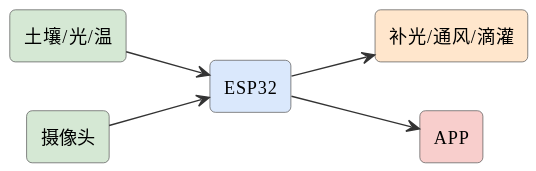
The PlantUML diagram assets/diagrams/ideas-fig30.svg in mingyi0818/IntelligentMcuCourse, before a commit.
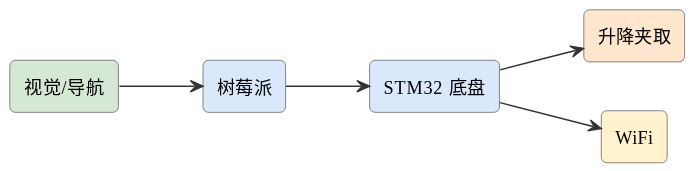
The same file after the commit.

Diff of the diagram source:
```diff
@@ -6,13 +6,13 @@
 skinparam arrowFontSize 11
 skinparam arrowColor #333
 left to right direction
-rectangle "土壤/光/温" as s #d5e8d4
-rectangle "ESP32" as esp #dae8fc
-rectangle "补光/通风/滴灌" as act #ffe6cc
-rectangle "摄像头" as cam #d5e8d4
-rectangle "APP" as app #f8cecc
-s --> esp
-esp --> act
-cam --> esp
-esp --> app
+rectangle "视觉/导航" as nav #d5e8d4
+rectangle "树莓派" as pi #dae8fc
+rectangle "STM32 底盘" as stm #dae8fc
+rectangle "升降夹取" as lift #ffe6cc
+rectangle "WiFi" as wifi #fff2cc
+nav --> pi
+pi --> stm
+stm --> lift
+stm --> wifi
 @enduml
```
